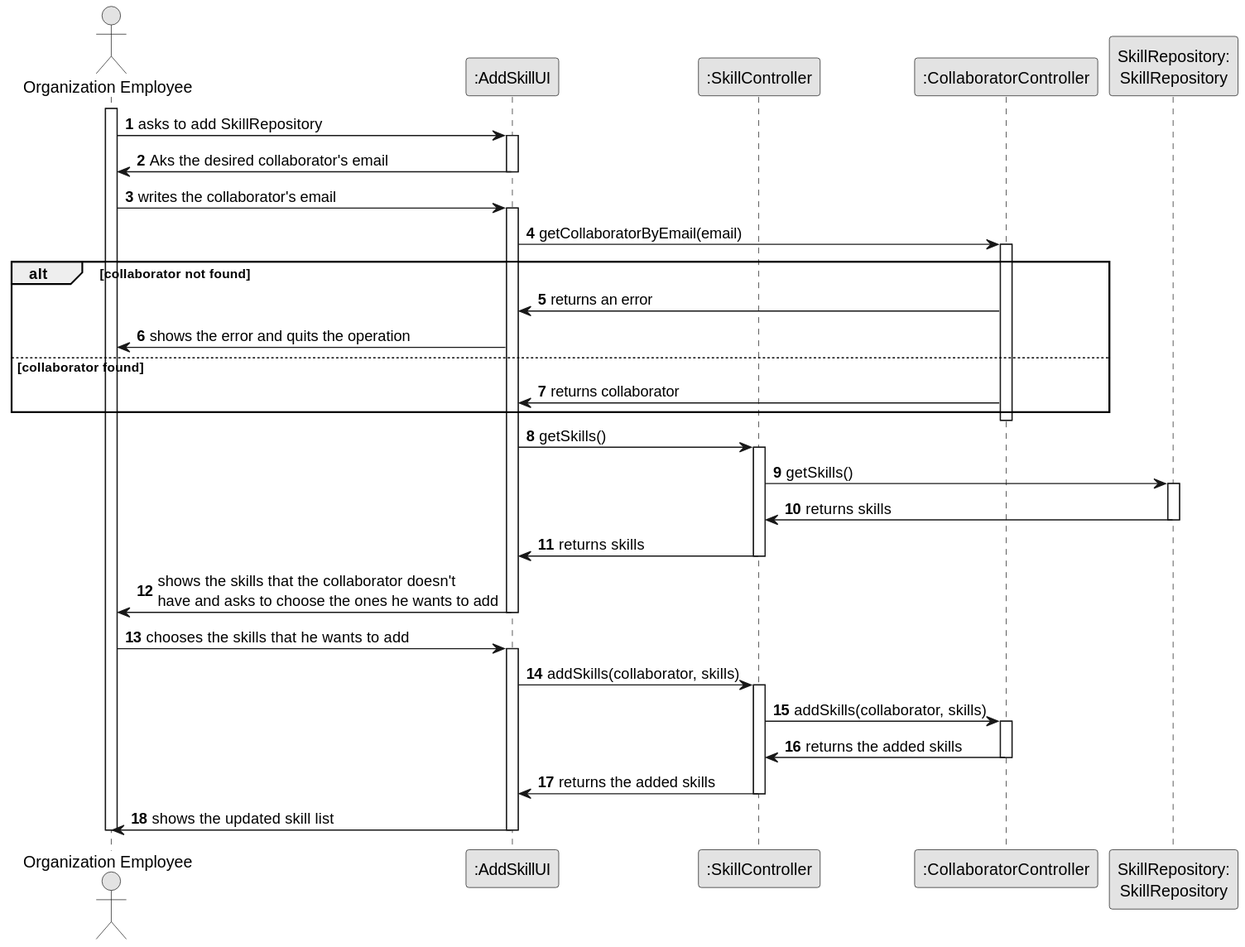
Before: docs/sprintB/us004/03.design/svg/us004-sequence-diagram-full.svg, a diagram exported from PlantUML (RicardoMorim/lapr2-ISEP-Project).
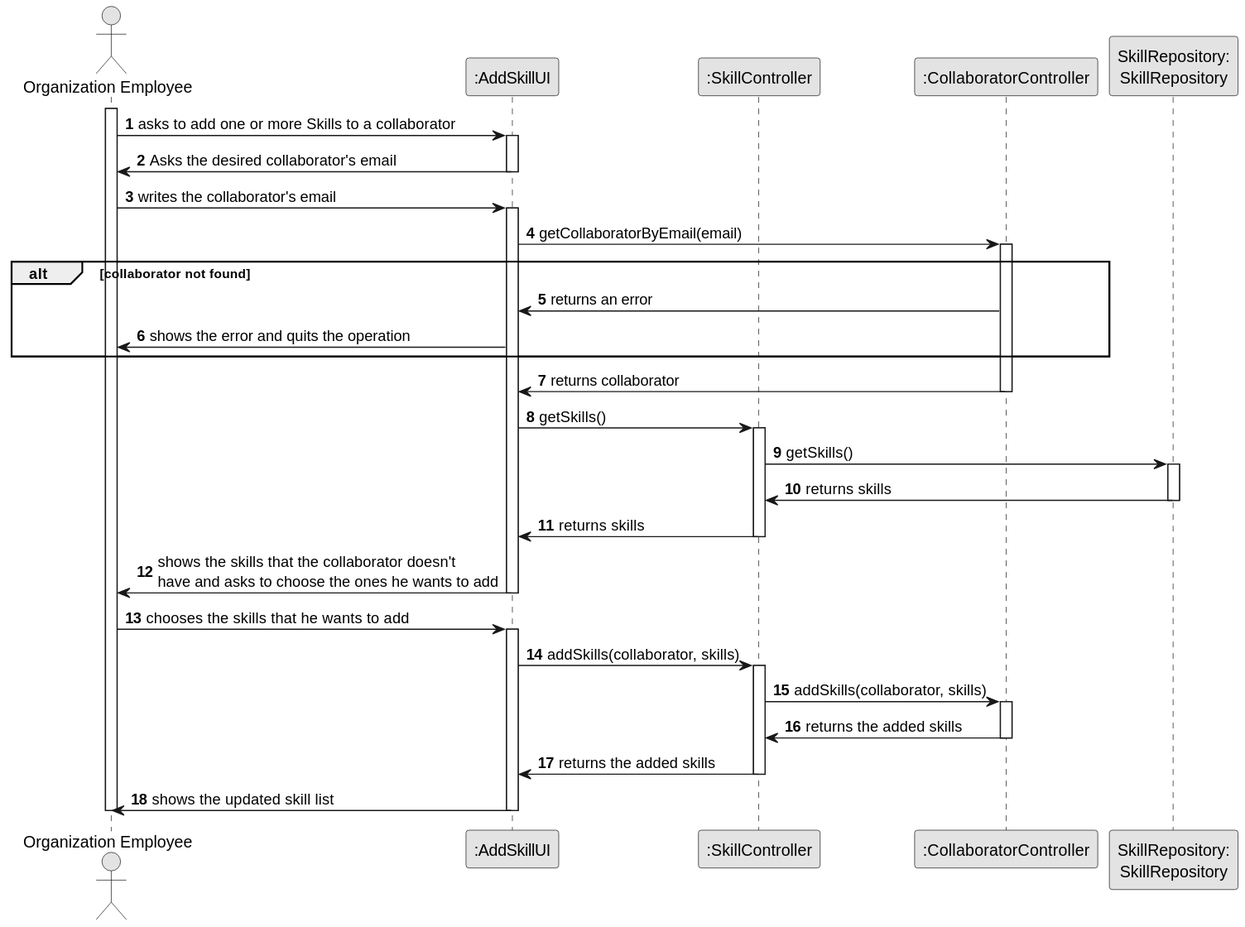
After the change.

What changed in the source:
```diff
@@ -13,9 +13,9 @@
 
 
 activate ADM
-    ADM -> UI : asks to add SkillRepository
+    ADM -> UI : asks to add one or more Skills to a collaborator
     activate UI
-        UI -> ADM: Aks the desired collaborator's email
+        UI -> ADM: Asks the desired collaborator's email
     deactivate UI
     ADM -> UI : writes the collaborator's email
 
@@ -26,9 +26,9 @@
             alt collaborator not found
                 CollaboratorCTRL -> UI: returns an error
                 UI -> ADM: shows the error and quits the operation
-            else collaborator found
+            end
+
                 CollaboratorCTRL -> UI: returns collaborator
-            end
         deactivate CollaboratorCTRL
         UI -> SkillCTRL: getSkills()
         activate SkillCTRL
```
